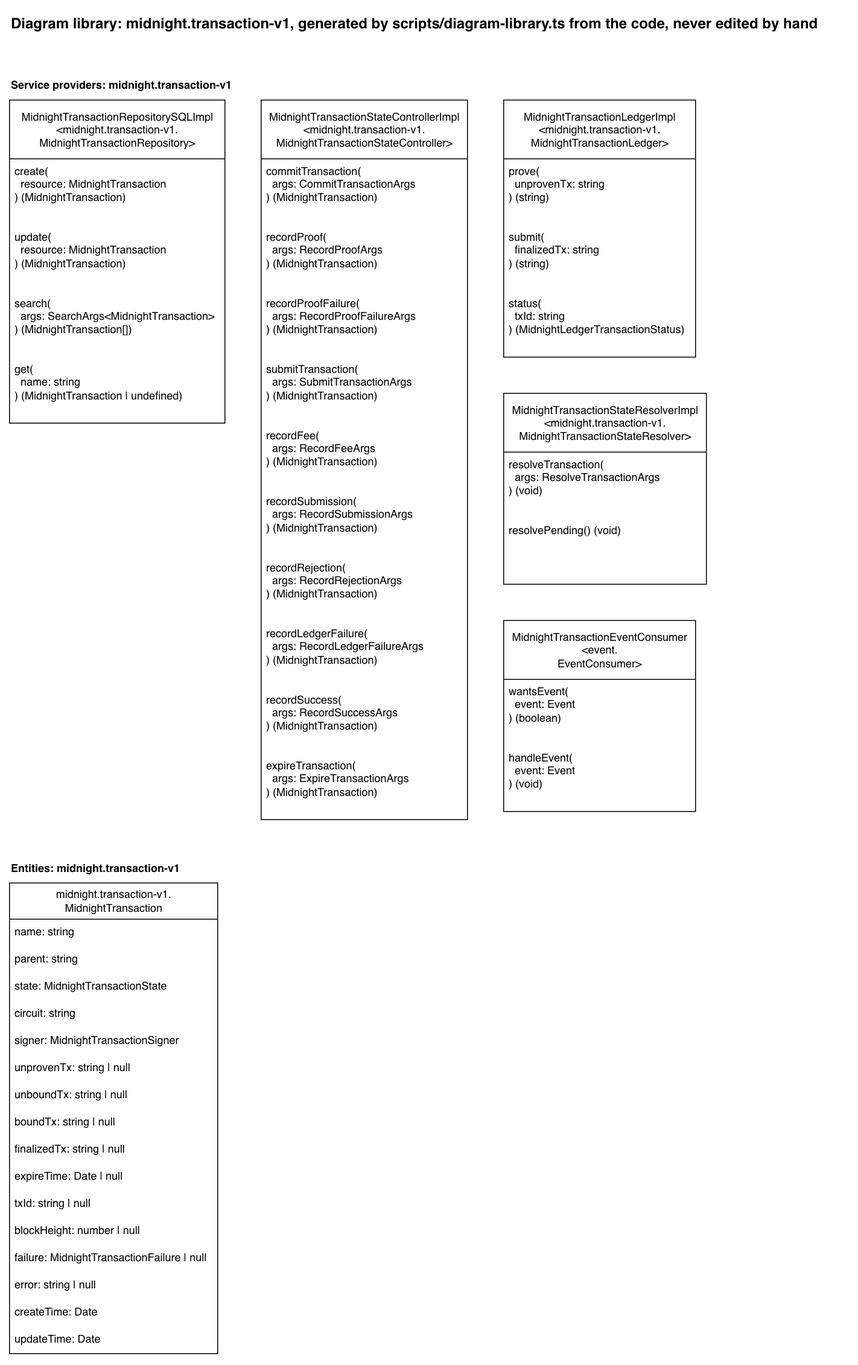
Before: docs/diagram-library/midnight/transaction-v1/diagram-library.drawio.png, a diagram exported from draw.io (sig-net/full-stack-demo). Source tidied: cells renumbered, new cells last; positions are measured from the earlier drawing's top-left corner, leaving out a move shared by most shapes.
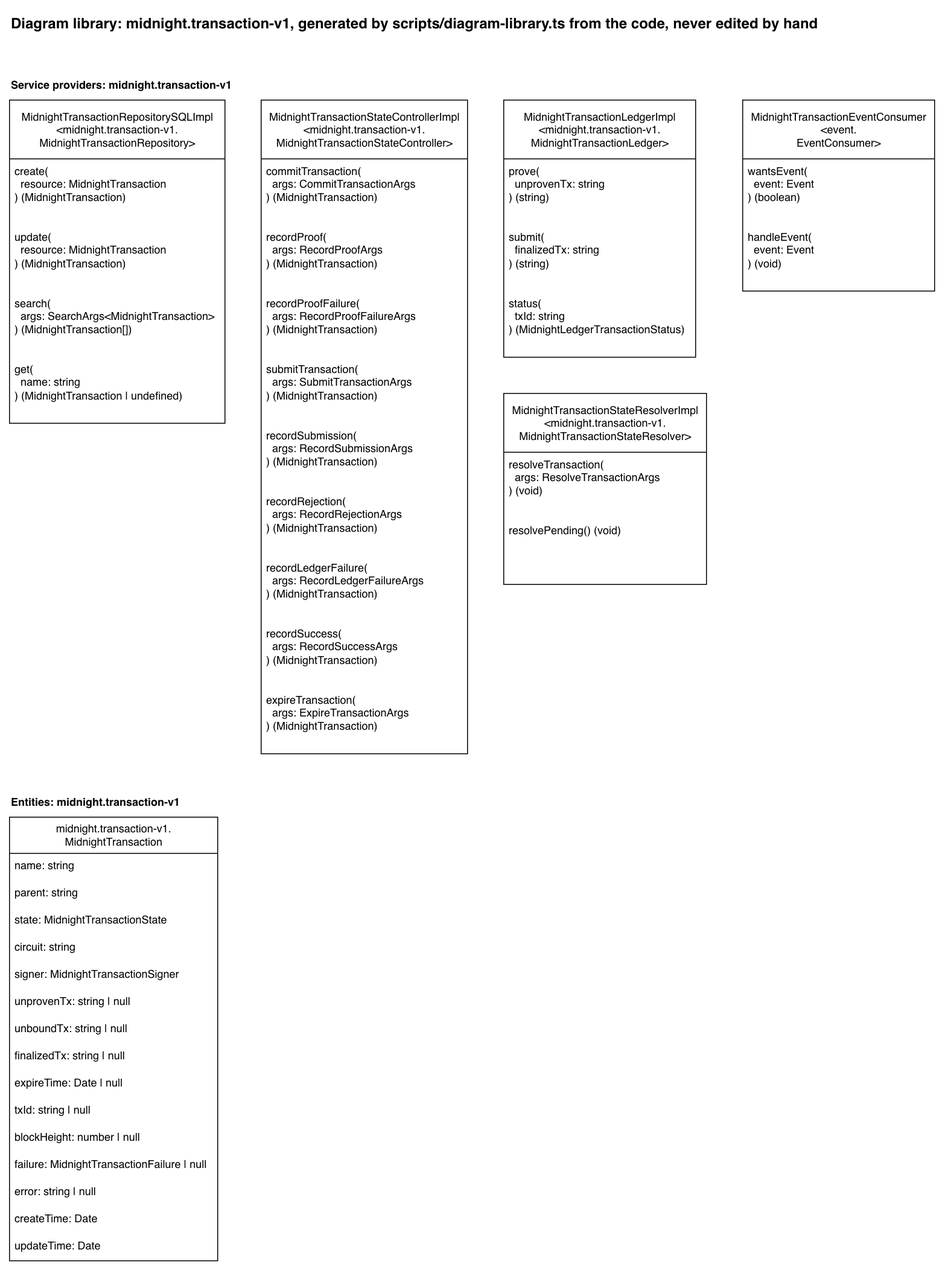
The same file after the commit.

Diff of the diagram source:
```diff
@@ -24,7 +24,7 @@
       <mxGeometry y="284" width="238" height="73" as="geometry" />
     </mxCell>
     <mxCell id="9" value="MidnightTransactionStateControllerImpl&lt;br&gt;&amp;lt;midnight.transaction-v1.&lt;br&gt;MidnightTransactionStateController&amp;gt;" style="swimlane;fontStyle=0;horizontal=1;startSize=65;fillColor=default;html=1;fillStyle=solid;" parent="1" vertex="1">
-      <mxGeometry x="278" y="100" width="228" height="795" as="geometry" />
+      <mxGeometry x="278" y="100" width="228" height="722" as="geometry" />
     </mxCell>
     <mxCell id="10" value="commitTransaction(&lt;br&gt;&amp;nbsp; args: CommitTransactionArgs&lt;br&gt;) (MidnightTransaction)" style="text;strokeColor=none;fillColor=none;align=left;verticalAlign=top;spacingLeft=4;spacingRight=4;overflow=hidden;whiteSpace=wrap;html=1;" parent="9" vertex="1">
       <mxGeometry y="65" width="228" height="73" as="geometry" />
@@ -38,23 +38,20 @@
     <mxCell id="13" value="submitTransaction(&lt;br&gt;&amp;nbsp; args: SubmitTransactionArgs&lt;br&gt;) (MidnightTransaction)" style="text;strokeColor=none;fillColor=none;align=left;verticalAlign=top;spacingLeft=4;spacingRight=4;overflow=hidden;whiteSpace=wrap;html=1;" parent="9" vertex="1">
       <mxGeometry y="284" width="228" height="73" as="geometry" />
     </mxCell>
-    <mxCell id="14" value="recordFee(&lt;br&gt;&amp;nbsp; args: RecordFeeArgs&lt;br&gt;) (MidnightTransaction)" style="text;strokeColor=none;fillColor=none;align=left;verticalAlign=top;spacingLeft=4;spacingRight=4;overflow=hidden;whiteSpace=wrap;html=1;" parent="9" vertex="1">
-      <mxGeometry y="357" width="228" height="73" as="geometry" />
-    </mxCell>
     <mxCell id="15" value="recordSubmission(&lt;br&gt;&amp;nbsp; args: RecordSubmissionArgs&lt;br&gt;) (MidnightTransaction)" style="text;strokeColor=none;fillColor=none;align=left;verticalAlign=top;spacingLeft=4;spacingRight=4;overflow=hidden;whiteSpace=wrap;html=1;" parent="9" vertex="1">
-      <mxGeometry y="430" width="228" height="73" as="geometry" />
+      <mxGeometry y="357" width="228" height="73" as="geometry" />
     </mxCell>
     <mxCell id="16" value="recordRejection(&lt;br&gt;&amp;nbsp; args: RecordRejectionArgs&lt;br&gt;) (MidnightTransaction)" style="text;strokeColor=none;fillColor=none;align=left;verticalAlign=top;spacingLeft=4;spacingRight=4;overflow=hidden;whiteSpace=wrap;html=1;" parent="9" vertex="1">
-      <mxGeometry y="503" width="228" height="73" as="geometry" />
+      <mxGeometry y="430" width="228" height="73" as="geometry" />
     </mxCell>
     <mxCell id="17" value="recordLedgerFailure(&lt;br&gt;&amp;nbsp; args: RecordLedgerFailureArgs&lt;br&gt;) (MidnightTransaction)" style="text;strokeColor=none;fillColor=none;align=left;verticalAlign=top;spacingLeft=4;spacingRight=4;overflow=hidden;whiteSpace=wrap;html=1;" parent="9" vertex="1">
-      <mxGeometry y="576" width="228" height="73" as="geometry" />
+      <mxGeometry y="503" width="228" height="73" as="geometry" />
     </mxCell>
     <mxCell id="18" value="recordSuccess(&lt;br&gt;&amp;nbsp; args: RecordSuccessArgs&lt;br&gt;) (MidnightTransaction)" style="text;strokeColor=none;fillColor=none;align=left;verticalAlign=top;spacingLeft=4;spacingRight=4;overflow=hidden;whiteSpace=wrap;html=1;" parent="9" vertex="1">
-      <mxGeometry y="649" width="228" height="73" as="geometry" />
+      <mxGeometry y="576" width="228" height="73" as="geometry" />
     </mxCell>
     <mxCell id="19" value="expireTransaction(&lt;br&gt;&amp;nbsp; args: ExpireTransactionArgs&lt;br&gt;) (MidnightTransaction)" style="text;strokeColor=none;fillColor=none;align=left;verticalAlign=top;spacingLeft=4;spacingRight=4;overflow=hidden;whiteSpace=wrap;html=1;" parent="9" vertex="1">
-      <mxGeometry y="722" width="228" height="73" as="geometry" />
+      <mxGeometry y="649" width="228" height="73" as="geometry" />
     </mxCell>
     <mxCell id="20" value="MidnightTransactionLedgerImpl&lt;br&gt;&amp;lt;midnight.transaction-v1.&lt;br&gt;MidnightTransactionLedger&amp;gt;" style="swimlane;fontStyle=0;horizontal=1;startSize=65;fillColor=default;html=1;fillStyle=solid;" parent="1" vertex="1">
       <mxGeometry x="546" y="100" width="212" height="284" as="geometry" />
@@ -78,7 +75,7 @@
       <mxGeometry y="138" width="224" height="73" as="geometry" />
     </mxCell>
     <mxCell id="27" value="MidnightTransactionEventConsumer&lt;br&gt;&amp;lt;event.&lt;br&gt;EventConsumer&amp;gt;" style="swimlane;fontStyle=0;horizontal=1;startSize=65;fillColor=default;html=1;fillStyle=solid;" parent="1" vertex="1">
-      <mxGeometry x="546" y="675" width="212" height="211" as="geometry" />
+      <mxGeometry x="810" y="100" width="212" height="211" as="geometry" />
     </mxCell>
     <mxCell id="28" value="wantsEvent(&lt;br&gt;&amp;nbsp; event: Event&lt;br&gt;) (boolean)" style="text;strokeColor=none;fillColor=none;align=left;verticalAlign=top;spacingLeft=4;spacingRight=4;overflow=hidden;whiteSpace=wrap;html=1;" parent="27" vertex="1">
       <mxGeometry y="65" width="212" height="73" as="geometry" />
@@ -87,10 +84,10 @@
       <mxGeometry y="138" width="212" height="73" as="geometry" />
     </mxCell>
     <mxCell id="30" value="Entities: midnight.transaction-v1" style="text;html=1;fontStyle=1;" parent="1" vertex="1">
-      <mxGeometry y="935" width="208" height="20" as="geometry" />
+      <mxGeometry y="862" width="208" height="20" as="geometry" />
     </mxCell>
     <mxCell id="31" value="midnight.transaction-v1.&lt;br&gt;MidnightTransaction" style="swimlane;fontStyle=0;horizontal=1;startSize=40;fillColor=default;html=1;fillStyle=solid;" parent="1" vertex="1">
-      <mxGeometry y="965" width="230" height="520" as="geometry" />
+      <mxGeometry y="892" width="230" height="490" as="geometry" />
     </mxCell>
     <mxCell id="32" value="name: string" style="text;strokeColor=none;fillColor=none;align=left;verticalAlign=top;spacingLeft=4;spacingRight=4;overflow=hidden;whiteSpace=wrap;html=1;" parent="31" vertex="1">
       <mxGeometry y="40" width="230" height="30" as="geometry" />
@@ -113,32 +110,29 @@
     <mxCell id="38" value="unboundTx: string | null" style="text;strokeColor=none;fillColor=none;align=left;verticalAlign=top;spacingLeft=4;spacingRight=4;overflow=hidden;whiteSpace=wrap;html=1;" parent="31" vertex="1">
       <mxGeometry y="220" width="230" height="30" as="geometry" />
     </mxCell>
-    <mxCell id="39" value="boundTx: string | null" style="text;strokeColor=none;fillColor=none;align=left;verticalAlign=top;spacingLeft=4;spacingRight=4;overflow=hidden;whiteSpace=wrap;html=1;" parent="31" vertex="1">
-      <mxGeometry y="250" width="230" height="30" as="geometry" />
-    </mxCell>
     <mxCell id="40" value="finalizedTx: string | null" style="text;strokeColor=none;fillColor=none;align=left;verticalAlign=top;spacingLeft=4;spacingRight=4;overflow=hidden;whiteSpace=wrap;html=1;" parent="31" vertex="1">
-      <mxGeometry y="280" width="230" height="30" as="geometry" />
+      <mxGeometry y="250" width="230" height="30" as="geometry" />
     </mxCell>
     <mxCell id="41" value="expireTime: Date | null" style="text;strokeColor=none;fillColor=none;align=left;verticalAlign=top;spacingLeft=4;spacingRight=4;overflow=hidden;whiteSpace=wrap;html=1;" parent="31" vertex="1">
-      <mxGeometry y="310" width="230" height="30" as="geometry" />
+      <mxGeometry y="280" width="230" height="30" as="geometry" />
     </mxCell>
     <mxCell id="42" value="txId: string | null" style="text;strokeColor=none;fillColor=none;align=left;verticalAlign=top;spacingLeft=4;spacingRight=4;overflow=hidden;whiteSpace=wrap;html=1;" parent="31" vertex="1">
-      <mxGeometry y="340" width="230" height="30" as="geometry" />
+      <mxGeometry y="310" width="230" height="30" as="geometry" />
     </mxCell>
     <mxCell id="43" value="blockHeight: number | null" style="text;strokeColor=none;fillColor=none;align=left;verticalAlign=top;spacingLeft=4;spacingRight=4;overflow=hidden;whiteSpace=wrap;html=1;" parent="31" vertex="1">
-      <mxGeometry y="370" width="230" height="30" as="geometry" />
+      <mxGeometry y="340" width="230" height="30" as="geometry" />
     </mxCell>
     <mxCell id="44" value="failure: MidnightTransactionFailure | null" style="text;strokeColor=none;fillColor=none;align=left;verticalAlign=top;spacingLeft=4;spacingRight=4;overflow=hidden;whiteSpace=wrap;html=1;" parent="31" vertex="1">
-      <mxGeometry y="400" width="230" height="30" as="geometry" />
+      <mxGeometry y="370" width="230" height="30" as="geometry" />
     </mxCell>
     <mxCell id="45" value="error: string | null" style="text;strokeColor=none;fillColor=none;align=left;verticalAlign=top;spacingLeft=4;spacingRight=4;overflow=hidden;whiteSpace=wrap;html=1;" parent="31" vertex="1">
-      <mxGeometry y="430" width="230" height="30" as="geometry" />
+      <mxGeometry y="400" width="230" height="30" as="geometry" />
     </mxCell>
     <mxCell id="46" value="createTime: Date" style="text;strokeColor=none;fillColor=none;align=left;verticalAlign=top;spacingLeft=4;spacingRight=4;overflow=hidden;whiteSpace=wrap;html=1;" parent="31" vertex="1">
-      <mxGeometry y="460" width="230" height="30" as="geometry" />
+      <mxGeometry y="430" width="230" height="30" as="geometry" />
     </mxCell>
     <mxCell id="47" value="updateTime: Date" style="text;strokeColor=none;fillColor=none;align=left;verticalAlign=top;spacingLeft=4;spacingRight=4;overflow=hidden;whiteSpace=wrap;html=1;" parent="31" vertex="1">
-      <mxGeometry y="490" width="230" height="30" as="geometry" />
+      <mxGeometry y="460" width="230" height="30" as="geometry" />
     </mxCell>
   </root>
 </mxGraphModel>
```
